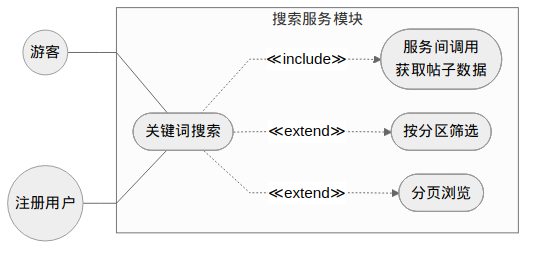
Above: docs/diagrams/fig3-6-search-usecase.png in Wkjlovec/graduation_project_zhuang (Mermaid), before the change. Its source is kept beside it as docs/diagrams/fig3-6-search-usecase.mmd.
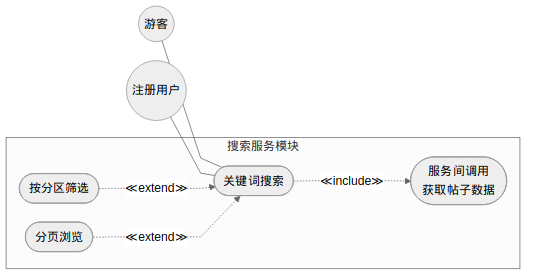
Later version of the same file.

Change to the diagram source:
```diff
@@ -14,5 +14,5 @@
     Guest --- UC1
     User --- UC1
     UC1 -..->|"≪include≫"| UC2
-    UC1 -..->|"≪extend≫"| UC3
-    UC1 -..->|"≪extend≫"| UC4
+    UC3 -..->|"≪extend≫"| UC1
+    UC4 -..->|"≪extend≫"| UC1
```
